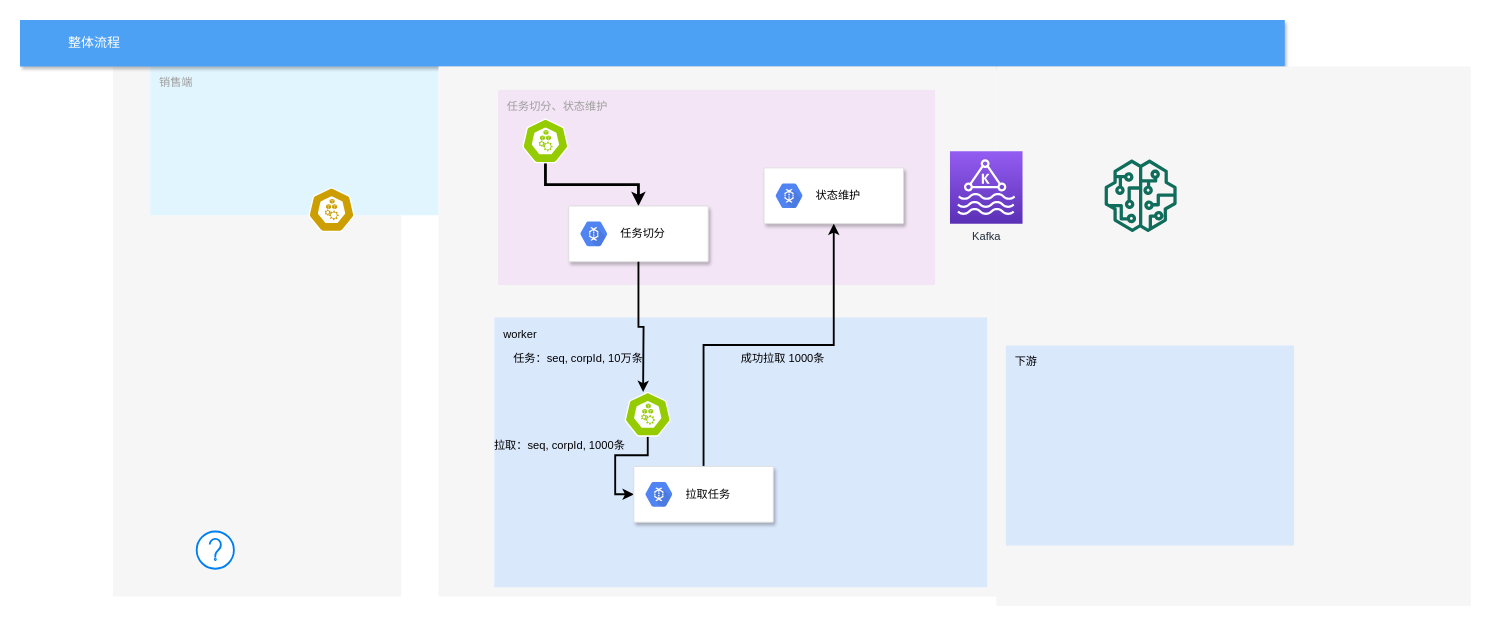
feihu618/drawio keeps this draw.io diagram as craft/fetch_task_flow.drawio. Above is the earlier version. Source tidied: cells renumbered, new cells numbered last; positions are measured from the earlier drawing's top-left corner, leaving out a move shared by most shapes. Both pictures are drawn from the tidied source at 93%, with x=0, y=0 at pixel (20, 20). Pictures stored in the file or linked from it are replaced by grey dashed boxes.
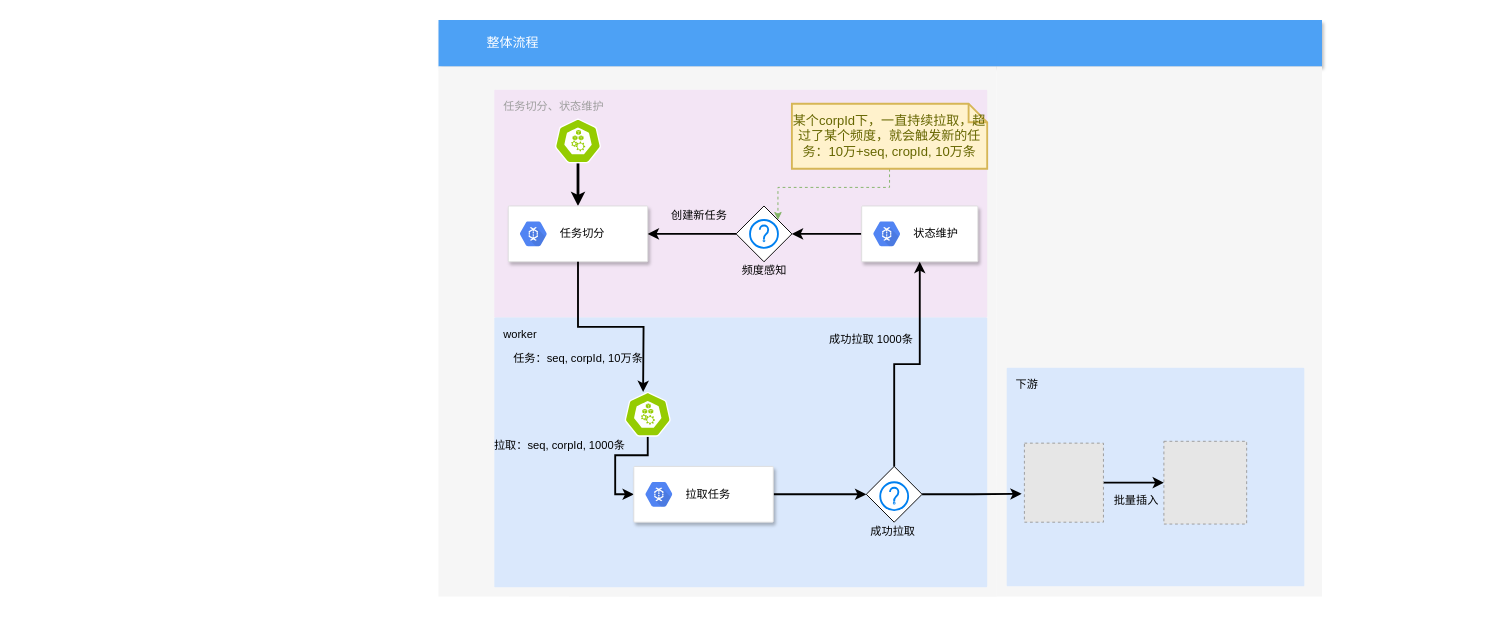
Above is the later version.

The change refers to these unchanged cells:
```xml
<mxCell id="26" style="strokeColor=#dddddd;shadow=1;strokeWidth=1;rounded=1;absoluteArcSize=1;arcSize=2;fontColor=#6666FF;" parent="1" vertex="1">
  <mxGeometry x="660" y="480" width="150" height="60" as="geometry" />
</mxCell>
```

Change to the diagram source:
```diff
@@
-    <mxCell id="2" style="fillColor=#F6F6F6;strokeColor=none;shadow=0;gradientColor=none;fontSize=14;align=left;spacing=10;fontColor=#717171;9E9E9E;verticalAlign=top;spacingTop=-4;fontStyle=0;spacingLeft=40;html=1;" parent="1" vertex="1">
-      <mxGeometry x="100" y="50" width="310" height="570" as="geometry" />
-    </mxCell>
-    <mxCell id="3" value="销售端" style="rounded=1;absoluteArcSize=1;arcSize=2;html=1;strokeColor=none;gradientColor=none;shadow=0;dashed=0;strokeColor=none;fontSize=12;fontColor=#9E9E9E;align=left;verticalAlign=top;spacing=10;spacingTop=-4;fillColor=#E1F5FE;" parent="1" vertex="1">
-      <mxGeometry x="140" y="50" width="310" height="160" as="geometry" />
-    </mxCell>
     <mxCell id="4" value="整体流程" style="fillColor=#4DA1F5;strokeColor=none;shadow=1;gradientColor=none;fontSize=14;align=left;spacingLeft=50;fontColor=#ffffff;html=1;" parent="1" vertex="1">
-      <mxGeometry width="1360" height="50" as="geometry" />
+      <mxGeometry x="450" width="950" height="50" as="geometry" />
     </mxCell>
-    <mxCell id="5" style="html=1;verticalLabelPosition=bottom;align=center;labelBackgroundColor=#ffffff;verticalAlign=top;strokeWidth=2;strokeColor=#0080F0;shadow=0;dashed=0;shape=mxgraph.ios7.icons.help;" parent="1" vertex="1">
-      <mxGeometry x="190" y="550" width="40" height="40" as="geometry" />
-    </mxCell>
-    <mxCell id="6" style="html=1;dashed=0;whitespace=wrap;fillColor=#cc9e01;strokeColor=#ffffff;shape=mxgraph.kubernetes.icon;prIcon=node;" parent="1" vertex="1">
-      <mxGeometry x="310" y="180" width="50" height="48" as="geometry" />
-    </mxCell>
@@
     <mxCell id="8" style="fillColor=#F6F6F6;strokeColor=none;shadow=0;gradientColor=none;fontSize=14;align=left;spacing=10;fontColor=#717171;9E9E9E;verticalAlign=top;spacingTop=-4;fontStyle=0;spacingLeft=40;html=1;" parent="1" vertex="1">
-      <mxGeometry x="1050" y="50" width="510" height="580" as="geometry" />
+      <mxGeometry x="1050" y="50" width="350" height="570" as="geometry" />
     </mxCell>
@@
     <mxCell id="10" value="任务切分、状态维护" style="rounded=1;absoluteArcSize=1;arcSize=2;html=1;strokeColor=none;gradientColor=none;shadow=0;dashed=0;fontSize=12;fontColor=#9E9E9E;align=left;verticalAlign=top;spacing=10;spacingTop=-4;fillColor=#F3E5F5;" parent="1" vertex="1">
-      <mxGeometry x="514" y="75" width="470" height="210" as="geometry" />
+      <mxGeometry x="510" y="75" width="530" height="245" as="geometry" />
     </mxCell>
@@
     <mxCell id="12" style="html=1;dashed=0;whitespace=wrap;fillColor=#95cc01;strokeColor=#ffffff;points=[[0.005,0.63,0],[0.1,0.2,0],[0.9,0.2,0],[0.5,0,0],[0.995,0.63,0],[0.72,0.99,0],[0.5,1,0],[0.28,0.99,0]];shape=mxgraph.kubernetes.icon;prIcon=node;" parent="1" vertex="1">
-      <mxGeometry x="540" y="106" width="50" height="48" as="geometry" />
+      <mxGeometry x="575" y="106" width="50" height="48" as="geometry" />
     </mxCell>
     <mxCell id="13" style="strokeColor=#dddddd;shadow=1;strokeWidth=1;rounded=1;absoluteArcSize=1;arcSize=2;fontColor=#6666FF;" parent="1" vertex="1">
-      <mxGeometry x="590" y="200" width="150" height="60" as="geometry" />
+      <mxGeometry x="525" y="200" width="150" height="60" as="geometry" />
     </mxCell>
@@
     <mxCell id="16" value="下游" style="rounded=1;absoluteArcSize=1;arcSize=2;html=1;strokeColor=#6c8ebf;shadow=0;dashed=0;strokeColor=none;fontSize=12;align=left;verticalAlign=top;spacing=10;spacingTop=-4;fillColor=#dae8fc;" parent="1" vertex="1">
-      <mxGeometry x="1060" y="350" width="310" height="215" as="geometry" />
+      <mxGeometry x="1061" y="374" width="320" height="235" as="geometry" />
     </mxCell>
-    <mxCell id="17" value="Kafka" style="fontColor=#232F3E;gradientColor=#945DF2;gradientDirection=north;fillColor=#5A30B5;strokeColor=#ffffff;dashed=0;verticalLabelPosition=bottom;verticalAlign=top;align=center;html=1;fontSize=12;fontStyle=0;shape=mxgraph.aws4.resourceIcon;resIcon=mxgraph.aws4.managed_streaming_for_kafka;" parent="1" vertex="1">
-      <mxGeometry x="1000" y="141" width="78" height="78" as="geometry" />
-    </mxCell>
-    <mxCell id="18" style="fontColor=#232F3E;gradientColor=none;fillColor=#116D5B;strokeColor=none;dashed=0;verticalLabelPosition=bottom;verticalAlign=top;align=center;html=1;fontSize=12;fontStyle=0;shape=mxgraph.aws4.sagemaker_model;" parent="1" vertex="1">
-      <mxGeometry x="1166" y="150" width="78" height="78" as="geometry" />
-    </mxCell>
@@
+    <mxCell id="30" style="edgeStyle=orthogonalEdgeStyle;rounded=0;jettySize=auto;html=1;strokeWidth=2;" parent="1" edge="1" source="20" target="42">
+      <mxGeometry relative="1" as="geometry" />
+    </mxCell>
     <mxCell id="20" style="strokeColor=#dddddd;shadow=1;strokeWidth=1;rounded=1;absoluteArcSize=1;arcSize=2;fontColor=#6666FF;" parent="1" vertex="1">
-      <mxGeometry x="800" y="159" width="150" height="60" as="geometry" />
+      <mxGeometry x="905" y="200" width="125" height="60" as="geometry" />
     </mxCell>
@@
-    <mxCell id="25" style="edgeStyle=orthogonalEdgeStyle;rounded=0;jettySize=auto;html=1;strokeWidth=2;" parent="1" edge="1" source="26" target="20">
+    <mxCell id="25" style="edgeStyle=orthogonalEdgeStyle;rounded=0;jettySize=auto;html=1;strokeWidth=2;exitX=0.5;exitY=0;exitDx=0;exitDy=0;" parent="1" edge="1" source="45" target="20">
       <mxGeometry relative="1" as="geometry" />
     </mxCell>
+    <mxCell id="31" style="edgeStyle=orthogonalEdgeStyle;rounded=0;jettySize=auto;html=1;entryX=0;entryY=0.5;entryDx=0;entryDy=0;strokeWidth=2;" parent="1" edge="1" source="26" target="45">
+      <mxGeometry relative="1" as="geometry" />
+    </mxCell>
@@
     <mxCell id="29" value="成功拉取 1000条" style="text;html=1;align=center;verticalAlign=middle;fillColor=none;strokeColor=none;rounded=0;" parent="1" vertex="1">
-      <mxGeometry x="765" y="354" width="110" height="20" as="geometry" />
+      <mxGeometry x="860" y="334" width="110" height="20" as="geometry" />
     </mxCell>
+    <mxCell id="32" style="edgeStyle=orthogonalEdgeStyle;rounded=0;jettySize=auto;html=1;strokeWidth=2;" parent="1" edge="1" source="33" target="34">
+      <mxGeometry relative="1" as="geometry" />
+    </mxCell>
+    <mxCell id="33" style="fillColor=#E6E6E6;strokeColor=#999999;dashed=1;verticalLabelPosition=bottom;verticalAlign=top;" parent="1" vertex="1">
+      <mxGeometry x="1080" y="455" width="85" height="85" as="geometry" />
+    </mxCell>
+    <mxCell id="34" style="fillColor=#E6E6E6;strokeColor=#999999;dashed=1;html=1;verticalAlign=top;verticalLabelPosition=bottom;labelBackgroundColor=#ffffff;" parent="1" vertex="1">
+      <mxGeometry x="1230" y="453" width="89" height="89" as="geometry" />
+    </mxCell>
+    <mxCell id="35" style="edgeStyle=orthogonalEdgeStyle;rounded=0;jettySize=auto;html=1;entryX=-0.035;entryY=0.641;entryDx=0;entryDy=0;strokeWidth=2;entryPerimeter=0;" parent="1" edge="1" source="45" target="33">
+      <mxGeometry relative="1" as="geometry" />
+    </mxCell>
+    <mxCell id="36" value="批量插入" style="text;html=1;align=center;verticalAlign=middle;fillColor=none;strokeColor=none;rounded=0;" parent="1" vertex="1">
+      <mxGeometry x="1170" y="507" width="60" height="20" as="geometry" />
+    </mxCell>
+    <mxCell id="37" style="edgeStyle=orthogonalEdgeStyle;rounded=0;jettySize=auto;html=1;entryX=1;entryY=0.5;entryDx=0;entryDy=0;strokeWidth=2;" parent="1" edge="1" source="42" target="13">
+      <mxGeometry relative="1" as="geometry" />
+    </mxCell>
+    <mxCell id="38" value="频度感知" style="text;html=1;align=center;verticalAlign=middle;fillColor=none;strokeColor=none;rounded=0;" parent="1" vertex="1">
+      <mxGeometry x="770" y="260" width="60" height="20" as="geometry" />
+    </mxCell>
+    <mxCell id="39" value="创建新任务" style="text;html=1;align=center;verticalAlign=middle;fillColor=none;strokeColor=none;rounded=0;" parent="1" vertex="1">
+      <mxGeometry x="690" y="200" width="80" height="20" as="geometry" />
+    </mxCell>
+    <mxCell id="40" value="成功拉取&amp;nbsp;" style="text;html=1;align=center;verticalAlign=middle;fillColor=none;strokeColor=none;rounded=0;" parent="1" vertex="1">
+      <mxGeometry x="905" y="540" width="70" height="20" as="geometry" />
+    </mxCell>
+    <mxCell id="41" style="group;" parent="1" vertex="1">
+      <mxGeometry x="770" y="200" width="60" height="60" as="geometry" />
+    </mxCell>
+    <mxCell id="42" style="rhombus;whiteSpace=wrap;html=1;" parent="41" vertex="1">
+      <mxGeometry width="60" height="60" as="geometry" />
+    </mxCell>
+    <mxCell id="43" style="html=1;verticalLabelPosition=bottom;align=center;labelBackgroundColor=#ffffff;verticalAlign=top;strokeWidth=2;strokeColor=#0080F0;shadow=0;dashed=0;shape=mxgraph.ios7.icons.help;" parent="41" vertex="1">
+      <mxGeometry x="15" y="15" width="30" height="30" as="geometry" />
+    </mxCell>
+    <mxCell id="44" style="group;" parent="1" vertex="1">
+      <mxGeometry x="910" y="480" width="60" height="60" as="geometry" />
+    </mxCell>
+    <mxCell id="45" style="rhombus;whiteSpace=wrap;html=1;" parent="44" vertex="1">
+      <mxGeometry width="60" height="60" as="geometry" />
+    </mxCell>
+    <mxCell id="5" style="html=1;verticalLabelPosition=bottom;align=center;labelBackgroundColor=#ffffff;verticalAlign=top;strokeWidth=2;strokeColor=#0080F0;shadow=0;dashed=0;shape=mxgraph.ios7.icons.help;" parent="44" vertex="1">
+      <mxGeometry x="15" y="17" width="30" height="30" as="geometry" />
+    </mxCell>
+    <mxCell id="46" style="edgeStyle=orthogonalEdgeStyle;rounded=0;jettySize=auto;html=1;entryX=1;entryY=0;entryDx=0;entryDy=0;strokeWidth=1;dashed=1;fillColor=#d5e8d4;strokeColor=#82b366;" parent="1" edge="1" source="47" target="42">
+      <mxGeometry relative="1" as="geometry" />
+    </mxCell>
+    <mxCell id="47" value="某个corpId下，一直持续拉取，超过了某个频度，就会触发新的任务：10万+seq, cropId, 10万条" style="shape=note;strokeWidth=2;fontSize=14;size=20;whiteSpace=wrap;html=1;fillColor=#fff2cc;strokeColor=#d6b656;fontColor=#666600;" parent="1" vertex="1">
+      <mxGeometry x="830" y="90" width="210" height="70" as="geometry" />
+    </mxCell>
```
